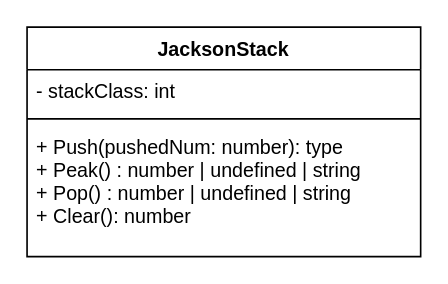
Before: Drawio/ClassDiagram.drawio in JacksonNaufal/ics4u-unit2-04-typescript, a draw.io diagram. Source tidied: cells renumbered, new cells numbered last; positions are measured from the earlier drawing's top-left corner, leaving out a move shared by most shapes. Both pictures are drawn from the tidied source at 164%, with x=0, y=0 at pixel (26, 26).
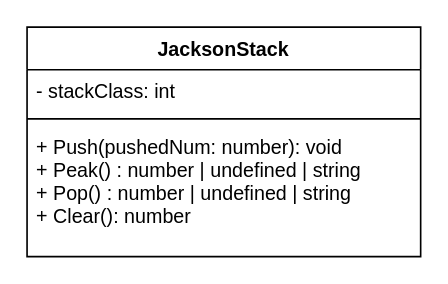
The same page after the edit.

Diff of the diagram source:
```diff
@@
 <mxGraphModel>
   <root>
     <mxCell id="0" />
     <mxCell id="1" parent="0" />
     <mxCell id="2" value="JacksonStack" style="swimlane;fontStyle=1;align=center;verticalAlign=top;horizontal=1;startSize=26;" parent="1" vertex="1">
       <mxGeometry width="240" height="140" as="geometry" />
     </mxCell>
     <mxCell id="3" value="- stackClass: int" style="text;strokeColor=none;fillColor=none;align=left;verticalAlign=top;spacingLeft=4;spacingRight=4;overflow=hidden;" parent="2" vertex="1">
       <mxGeometry y="26" width="240" height="26" as="geometry" />
     </mxCell>
     <mxCell id="4" style="line;strokeWidth=1;fillColor=none;align=left;verticalAlign=middle;spacingTop=-1;spacingLeft=3;spacingRight=3;labelPosition=right;" parent="2" vertex="1">
       <mxGeometry y="52" width="240" height="8" as="geometry" />
     </mxCell>
-    <mxCell id="5" value="+ Push(pushedNum: number): type&#10;+ Peak() : number | undefined | string&#10;+ Pop() : number | undefined | string&#10;+ Clear(): number" style="text;strokeColor=none;fillColor=none;align=left;verticalAlign=top;spacingLeft=4;spacingRight=4;overflow=hidden;" parent="2" vertex="1">
+    <mxCell id="5" value="+ Push(pushedNum: number): void&#10;+ Peak() : number | undefined | string&#10;+ Pop() : number | undefined | string&#10;+ Clear(): number" style="text;strokeColor=none;fillColor=none;align=left;verticalAlign=top;spacingLeft=4;spacingRight=4;overflow=hidden;" parent="2" vertex="1">
       <mxGeometry y="60" width="240" height="80" as="geometry" />
     </mxCell>
   </root>
 </mxGraphModel>
```
